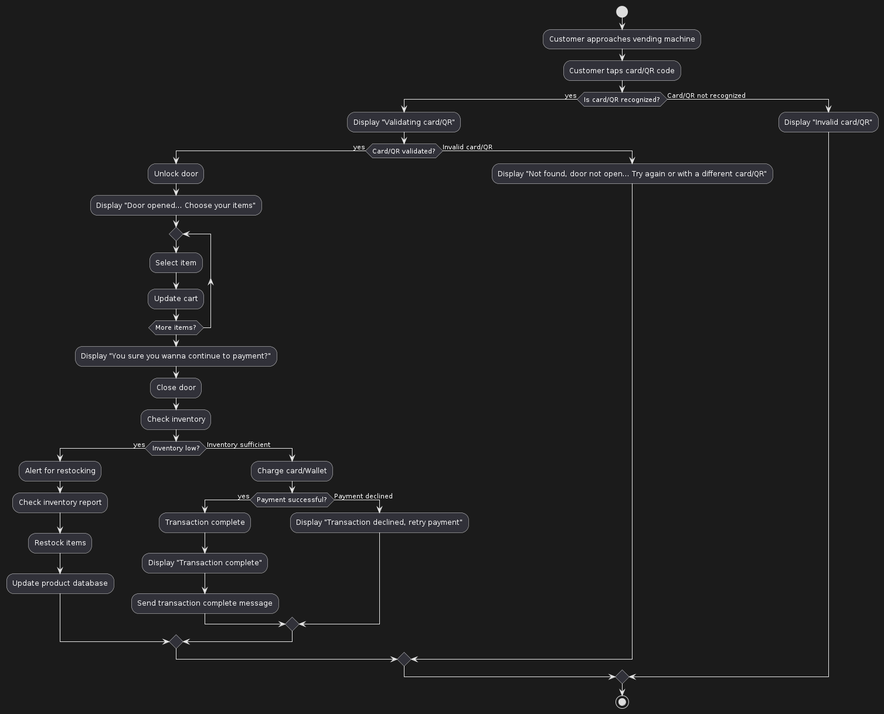
InfinixDubai/built-apps keeps this PlantUML diagram as Vending Machine app/working diagram[Plant uml]/activity.png. Above is the earlier version.
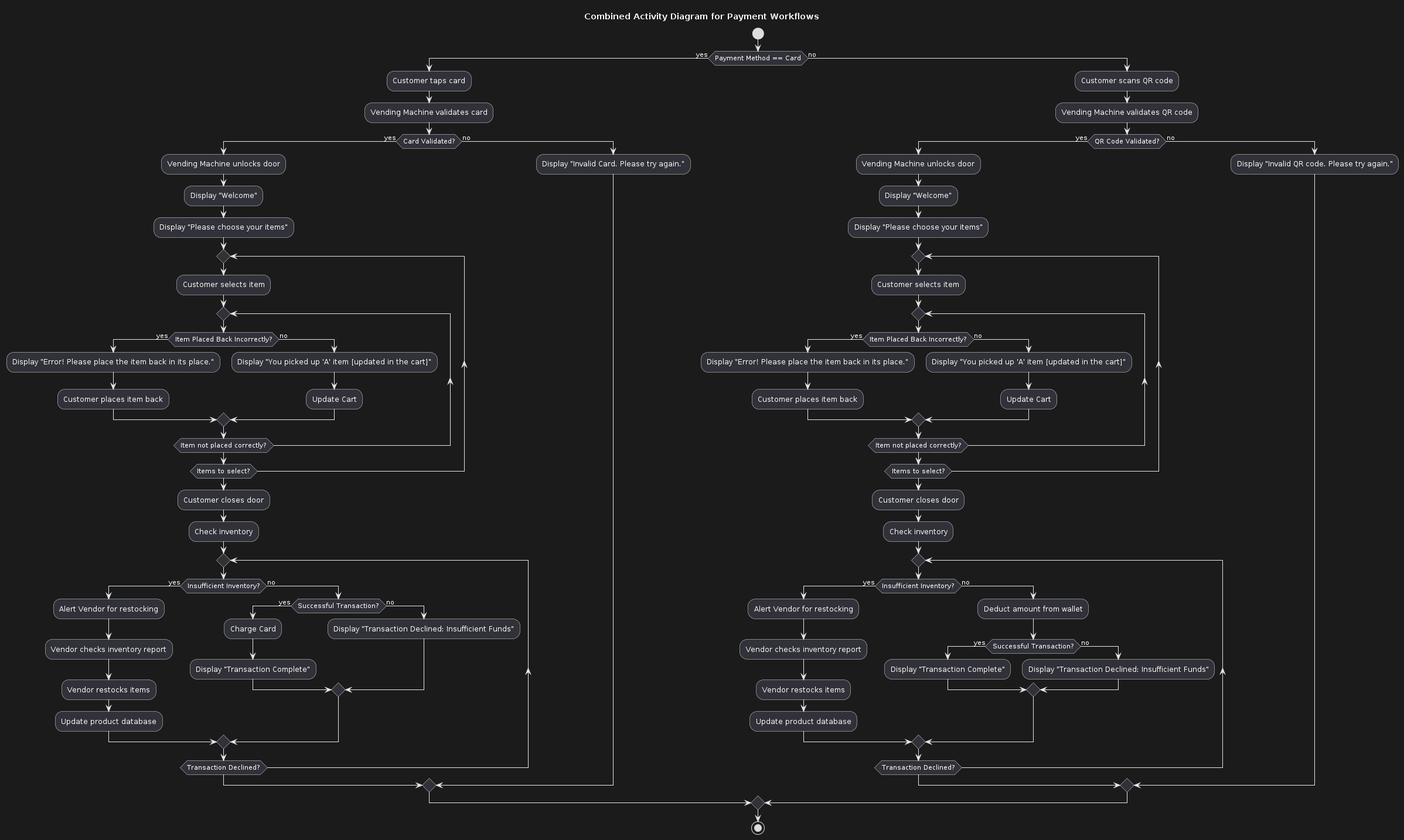
Above is the later version.

Commit message:
docs: :art: another iteration of the diagrams

The edit, as a diff of the source:
```diff
@@ -1,39 +1,87 @@
 @startuml
+title Combined Activity Diagram for Payment Workflows
+
 start
-:Customer approaches vending machine;
-:Customer taps card/QR code;
-if (Is card/QR recognized?) then (yes)
-  :Display "Validating card/QR";
-  if (Card/QR validated?) then (yes)
-    :Unlock door;
-    :Display "Door opened... Choose your items";
+
+if (Payment Method == Card) then (yes)
+  :Customer taps card;
+  :Vending Machine validates card;
+  if (Card Validated?) then (yes)
+    :Vending Machine unlocks door;
+    :Display "Welcome";
+    :Display "Please choose your items";
     repeat
-      :Select item;
-      :Update cart;
-    repeat while (More items?);
-    :Display "You sure you wanna continue to payment?";
-    :Close door;
+      :Customer selects item;
+      repeat
+        if (Item Placed Back Incorrectly?) then (yes)
+          :Display "Error! Please place the item back in its place.";
+          :Customer places item back;
+        else (no)
+          :Display "You picked up 'A' item [updated in the cart]";
+          :Update Cart;
+        endif
+      repeat while (Item not placed correctly?);
+    repeat while (Items to select?);
+    :Customer closes door;
     :Check inventory;
-    if (Inventory low?) then (yes)
-      :Alert for restocking;
-      :Check inventory report;
-      :Restock items;
-      :Update product database;
-    else (Inventory sufficient)
-      :Charge card/Wallet;
-      if (Payment successful?) then (yes)
-        :Transaction complete;
-        :Display "Transaction complete";
-        :Send transaction complete message;
-      else (Payment declined)
-        :Display "Transaction declined, retry payment";
+    repeat
+      if (Insufficient Inventory?) then (yes)
+        :Alert Vendor for restocking;
+        :Vendor checks inventory report;
+        :Vendor restocks items;
+        :Update product database;
+      else (no)
+        if (Successful Transaction?) then (yes)
+          :Charge Card;
+          :Display "Transaction Complete";
+        else (no)
+          :Display "Transaction Declined: Insufficient Funds";
+        endif
       endif
-    endif
-  else (Invalid card/QR)
-    :Display "Not found, door not open... Try again or with a different card/QR";
+    repeat while (Transaction Declined?);
+  else (no)
+    :Display "Invalid Card. Please try again.";
   endif
-else (Card/QR not recognized)
-  :Display "Invalid card/QR";
+else (no)
+  :Customer scans QR code;
+  :Vending Machine validates QR code;
+  if (QR Code Validated?) then (yes)
+    :Vending Machine unlocks door;
+    :Display "Welcome";
+    :Display "Please choose your items";
+    repeat
+      :Customer selects item;
+      repeat
+        if (Item Placed Back Incorrectly?) then (yes)
+          :Display "Error! Please place the item back in its place.";
+          :Customer places item back;
+        else (no)
+          :Display "You picked up 'A' item [updated in the cart]";
+          :Update Cart;
+        endif
+      repeat while (Item not placed correctly?);
+    repeat while (Items to select?);
+    :Customer closes door;
+    :Check inventory;
+    repeat
+      if (Insufficient Inventory?) then (yes)
+        :Alert Vendor for restocking;
+        :Vendor checks inventory report;
+        :Vendor restocks items;
+        :Update product database;
+      else (no)
+        :Deduct amount from wallet;
+        if (Successful Transaction?) then (yes)
+          :Display "Transaction Complete";
+        else (no)
+          :Display "Transaction Declined: Insufficient Funds";
+        endif
+      endif
+    repeat while (Transaction Declined?);
+  else (no)
+    :Display "Invalid QR code. Please try again.";
+  endif
 endif
+
 stop
 @enduml
```
